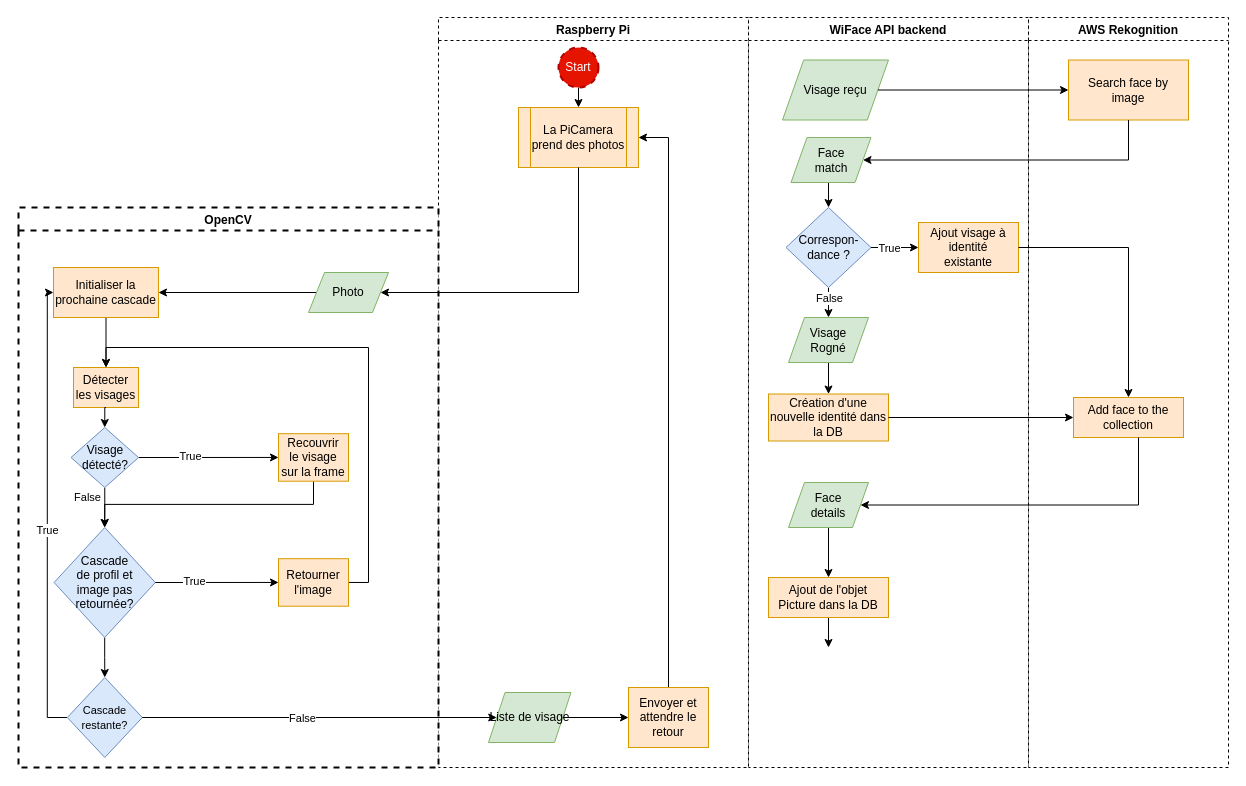
Obyka/TB_WiFace keeps this draw.io diagram as TB-rapport/flowchart_reco_v2.drawio. Above is the earlier version. Source tidied: cells renumbered, new cells numbered last; positions are measured from the earlier drawing's top-left corner, leaving out a move shared by most shapes. Both pictures are drawn from the tidied source at 100%, with x=0, y=0 at pixel (18, 17).
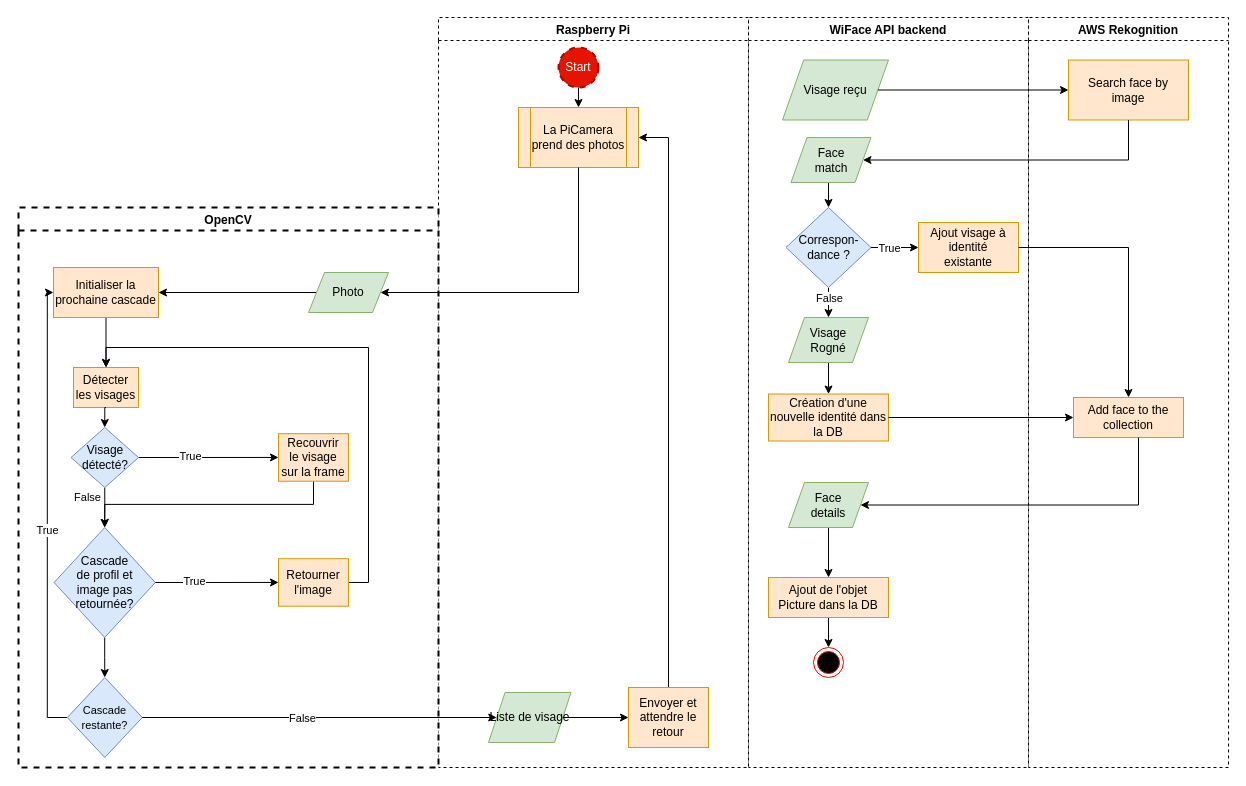
The same diagram, later.

The change refers to these unchanged cells:
```xml
<mxCell id="2" value="WiFace API backend" style="swimlane;dashed=1;swimlaneFillColor=#ffffff;strokeColor=#000000;" parent="1" vertex="1">
  <mxGeometry x="730" width="280" height="750" as="geometry" />
</mxCell>
<mxCell id="17" value="Ajout de l'objet Picture dans la DB" style="rounded=0;whiteSpace=wrap;html=1;fillColor=#ffe6cc;strokeColor=#d79b00;" parent="2" vertex="1">
  <mxGeometry x="20" y="560" width="120" height="40" as="geometry" />
</mxCell>
```

Diff of the diagram source:
```diff
@@
-    <mxCell id="16" style="edgeStyle=orthogonalEdgeStyle;rounded=0;jumpStyle=arc;jettySize=auto;html=1;exitX=0.5;exitY=1;exitDx=0;exitDy=0;shadow=0;strokeColor=#000000;" parent="2" edge="1" source="17">
-      <mxGeometry relative="1" as="geometry">
-        <mxPoint x="80" y="630" as="targetPoint" />
-      </mxGeometry>
+    <mxCell id="16" style="edgeStyle=orthogonalEdgeStyle;rounded=0;jumpStyle=arc;jettySize=auto;html=1;exitX=0.5;exitY=1;exitDx=0;exitDy=0;shadow=0;strokeColor=#000000;" parent="2" edge="1" source="17" target="61">
+      <mxGeometry relative="1" as="geometry" />
     </mxCell>
@@
+    <mxCell id="61" style="ellipse;html=1;shape=endState;fillColor=#000000;strokeColor=#ff0000;" parent="2" vertex="1">
+      <mxGeometry x="65" y="630" width="30" height="30" as="geometry" />
+    </mxCell>
```
